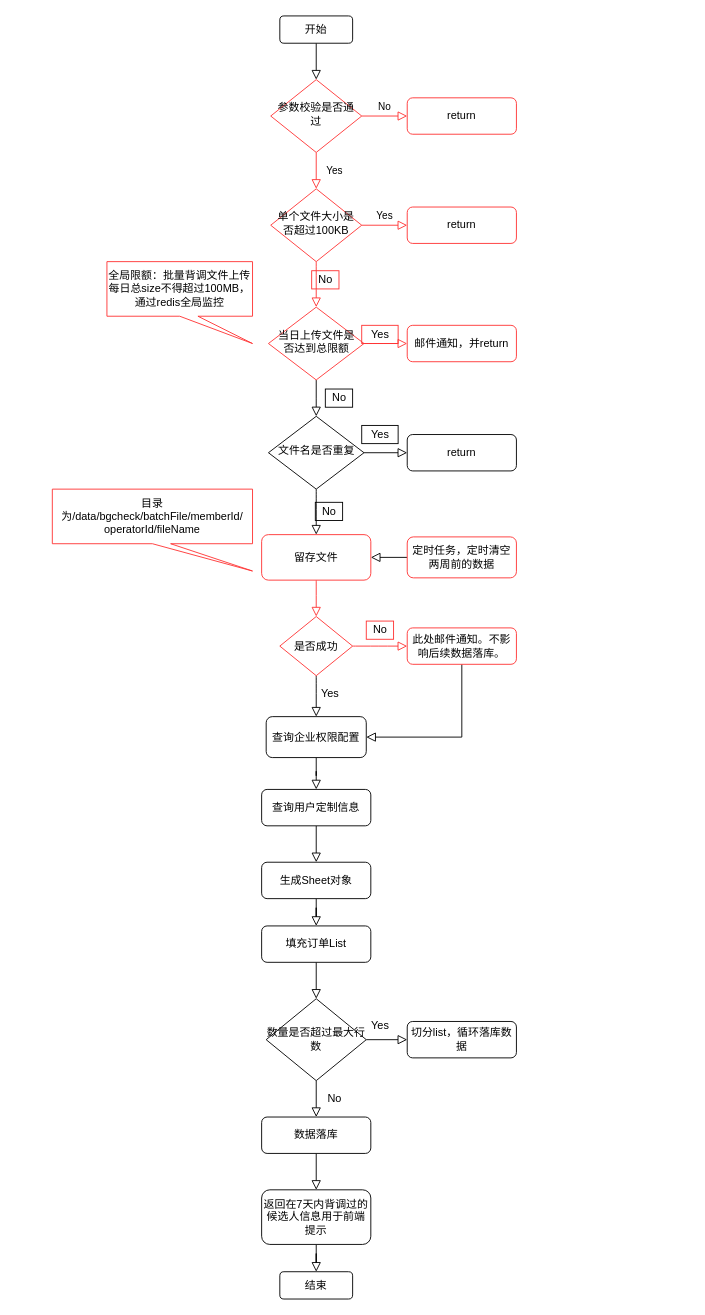
111ZhuXueke/Hello-English keeps this draw.io diagram as Untitled Diagram.drawio. Above is the earlier version. Source tidied: cells renumbered, new cells numbered last; positions are measured from the earlier drawing's top-left corner, leaving out a move shared by most shapes. Both pictures are drawn from the tidied source at 91%, with x=0, y=0 at pixel (52, 15).
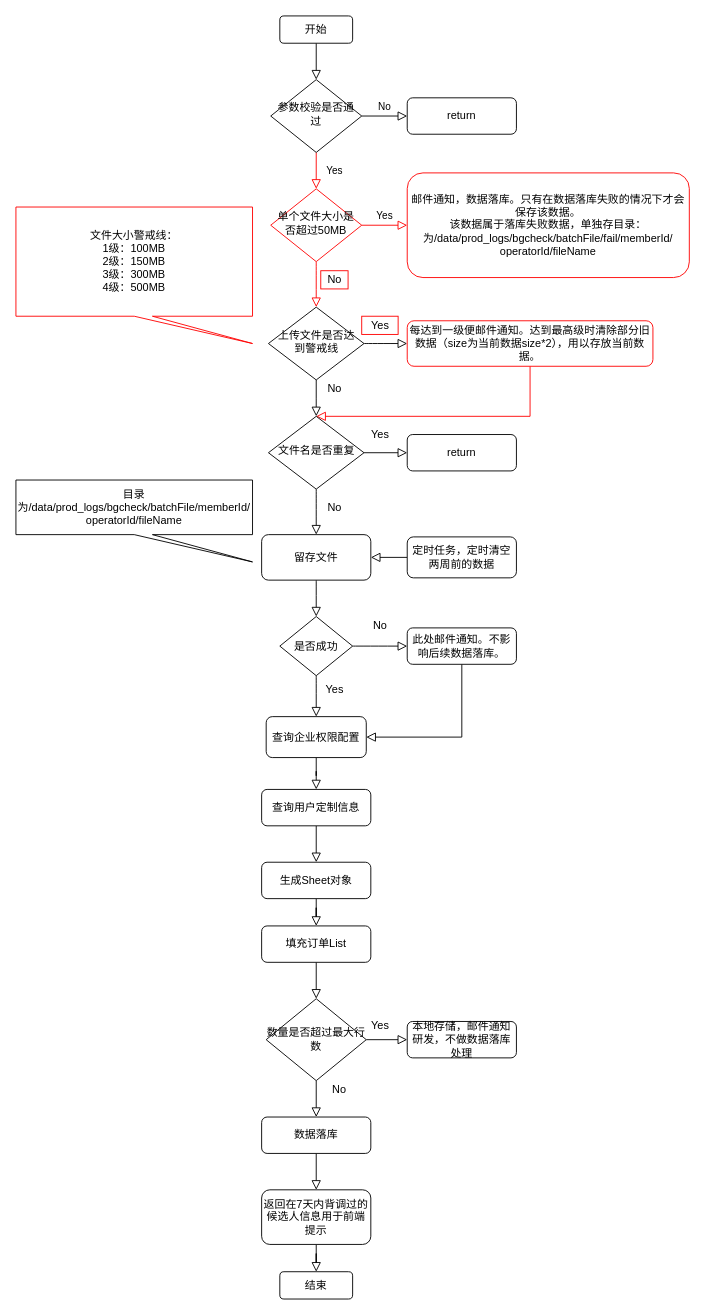
Above is the later version.

The change refers to these unchanged cells:
```xml
<mxCell id="35" value="文件名是否重复" style="rhombus;whiteSpace=wrap;html=1;shadow=0;strokeWidth=1;spacing=6;spacingTop=-4;strokeColor=#000000;" parent="1" vertex="1">
  <mxGeometry x="237.5" y="440" width="105" height="80" as="geometry" />
</mxCell>
```

Change to the diagram source:
```diff
@@
-    <mxCell id="2" value="Yes" style="rounded=0;html=1;jettySize=auto;fontSize=11;endArrow=block;endFill=0;endSize=8;strokeWidth=1;shadow=0;labelBackgroundColor=none;edgeStyle=orthogonalEdgeStyle;strokeColor=#FF3333;" parent="1" edge="1" source="4" target="8">
+    <mxCell id="2" value="Yes" style="rounded=0;html=1;jettySize=auto;fontSize=11;endArrow=block;endFill=0;endSize=8;strokeWidth=1;shadow=0;labelBackgroundColor=none;edgeStyle=orthogonalEdgeStyle;strokeColor=#FF0000;" parent="1" edge="1" source="4" target="8">
       <mxGeometry y="20" relative="1" as="geometry" />
     </mxCell>
-    <mxCell id="3" value="No" style="edgeStyle=orthogonalEdgeStyle;rounded=0;html=1;jettySize=auto;fontSize=11;endArrow=block;endFill=0;endSize=8;strokeWidth=1;shadow=0;labelBackgroundColor=none;strokeColor=#FF3333;" parent="1" edge="1" source="4" target="5">
+    <mxCell id="3" value="No" style="edgeStyle=orthogonalEdgeStyle;rounded=0;html=1;jettySize=auto;fontSize=11;endArrow=block;endFill=0;endSize=8;strokeWidth=1;shadow=0;labelBackgroundColor=none;strokeColor=#000000;" parent="1" edge="1" source="4" target="5">
       <mxGeometry y="10" relative="1" as="geometry" />
     </mxCell>
-    <mxCell id="4" value="参数校验是否通过" style="rhombus;whiteSpace=wrap;html=1;shadow=0;fontFamily=Helvetica;fontSize=12;align=center;strokeWidth=1;spacing=6;spacingTop=-4;strokeColor=#FF3333;" parent="1" vertex="1">
+    <mxCell id="4" value="参数校验是否通过" style="rhombus;whiteSpace=wrap;html=1;shadow=0;fontFamily=Helvetica;fontSize=12;align=center;strokeWidth=1;spacing=6;spacingTop=-4;strokeColor=#000000;" parent="1" vertex="1">
       <mxGeometry x="240" y="70" width="100" height="80" as="geometry" />
     </mxCell>
-    <mxCell id="5" value="return" style="rounded=1;whiteSpace=wrap;html=1;fontSize=12;glass=0;strokeWidth=1;shadow=0;strokeColor=#FF3333;" parent="1" vertex="1">
+    <mxCell id="5" value="return" style="rounded=1;whiteSpace=wrap;html=1;fontSize=12;glass=0;strokeWidth=1;shadow=0;strokeColor=#000000;" parent="1" vertex="1">
       <mxGeometry x="390" y="90" width="120" height="40" as="geometry" />
     </mxCell>
-    <mxCell id="6" value="Yes" style="edgeStyle=orthogonalEdgeStyle;rounded=0;html=1;jettySize=auto;fontSize=11;endArrow=block;endFill=0;endSize=8;strokeWidth=1;shadow=0;labelBackgroundColor=none;strokeColor=#FF3333;" parent="1" edge="1" source="8" target="9">
+    <mxCell id="6" value="Yes" style="edgeStyle=orthogonalEdgeStyle;rounded=0;html=1;jettySize=auto;fontSize=11;endArrow=block;endFill=0;endSize=8;strokeWidth=1;shadow=0;labelBackgroundColor=none;strokeColor=#FF0000;" parent="1" edge="1" source="8" target="9">
       <mxGeometry y="10" relative="1" as="geometry" />
     </mxCell>
-    <mxCell id="7" style="edgeStyle=orthogonalEdgeStyle;curved=1;jettySize=auto;html=1;endArrow=block;endFill=0;endSize=8;strokeColor=#FF3333;" parent="1" edge="1" source="8" target="15">
+    <mxCell id="7" style="edgeStyle=orthogonalEdgeStyle;curved=1;jettySize=auto;html=1;endArrow=block;endFill=0;endSize=8;strokeColor=#FF0000;" parent="1" edge="1" source="8" target="15">
       <mxGeometry relative="1" as="geometry" />
     </mxCell>
-    <mxCell id="8" value="单个文件大小是否超过100KB" style="rhombus;whiteSpace=wrap;html=1;shadow=0;fontFamily=Helvetica;fontSize=12;align=center;strokeWidth=1;spacing=6;spacingTop=-4;strokeColor=#FF3333;" parent="1" vertex="1">
+    <mxCell id="8" value="单个文件大小是否超过50MB" style="rhombus;whiteSpace=wrap;html=1;shadow=0;fontFamily=Helvetica;fontSize=12;align=center;strokeWidth=1;spacing=6;spacingTop=-4;strokeColor=#FF0000;" parent="1" vertex="1">
       <mxGeometry x="240" y="190" width="100" height="80" as="geometry" />
     </mxCell>
-    <mxCell id="9" value="return" style="rounded=1;whiteSpace=wrap;html=1;fontSize=12;glass=0;strokeWidth=1;shadow=0;strokeColor=#FF3333;" parent="1" vertex="1">
-      <mxGeometry x="390" y="210" width="120" height="40" as="geometry" />
+    <mxCell id="9" value="邮件通知，数据落库。只有在数据落库失败的情况下才会保存该数据。&lt;br&gt;该数据属于落库失败数据，单独存目录：为/data/prod_logs/bgcheck/batchFile/fail/memberId/&lt;br&gt;operatorId/fileName" style="rounded=1;whiteSpace=wrap;html=1;fontSize=12;glass=0;strokeWidth=1;shadow=0;strokeColor=#FF0000;" parent="1" vertex="1">
+      <mxGeometry x="390" y="172.5" width="310" height="115" as="geometry" />
     </mxCell>
-    <mxCell id="10" style="edgeStyle=orthogonalEdgeStyle;rounded=0;jettySize=auto;html=1;exitX=0.5;exitY=1;exitDx=0;exitDy=0;endArrow=block;endFill=0;endSize=8;" parent="1" edge="1" source="11" target="4">
+    <mxCell id="10" style="edgeStyle=orthogonalEdgeStyle;rounded=0;jettySize=auto;html=1;exitX=0.5;exitY=1;exitDx=0;exitDy=0;endArrow=block;endFill=0;endSize=8;strokeColor=#000000;" parent="1" edge="1" source="11" target="4">
       <mxGeometry relative="1" as="geometry" />
     </mxCell>
-    <mxCell id="11" value="开始" style="rounded=1;whiteSpace=wrap;html=1;" parent="1" vertex="1">
+    <mxCell id="11" value="开始" style="rounded=1;whiteSpace=wrap;html=1;strokeColor=#000000;" parent="1" vertex="1">
       <mxGeometry x="250" width="80" height="30" as="geometry" />
     </mxCell>
-    <mxCell id="12" style="edgeStyle=orthogonalEdgeStyle;curved=1;jettySize=auto;html=1;endArrow=block;endFill=0;endSize=8;strokeColor=#FF3333;" parent="1" edge="1" source="15" target="17">
+    <mxCell id="12" style="edgeStyle=orthogonalEdgeStyle;curved=1;jettySize=auto;html=1;endArrow=block;endFill=0;endSize=8;strokeColor=#000000;" parent="1" edge="1" source="15" target="17">
       <mxGeometry relative="1" as="geometry" />
     </mxCell>
@@
-    <mxCell id="15" value="当日上传文件是否达到总限额" style="rhombus;whiteSpace=wrap;html=1;shadow=0;strokeWidth=1;spacing=6;spacingTop=-4;strokeColor=#FF3333;" parent="1" vertex="1">
+    <mxCell id="15" value="上传文件是否达到警戒线" style="rhombus;whiteSpace=wrap;html=1;shadow=0;strokeWidth=1;spacing=6;spacingTop=-4;strokeColor=#000000;" parent="1" vertex="1">
       <mxGeometry x="237.5" y="320" width="105" height="80" as="geometry" />
     </mxCell>
-    <mxCell id="16" value="No" style="text;html=1;align=center;verticalAlign=middle;strokeColor=#FF3333;fillColor=none;" parent="1" vertex="1">
-      <mxGeometry x="285" y="280" width="30" height="20" as="geometry" />
-    </mxCell>
+    <mxCell id="57" style="edgeStyle=orthogonalEdgeStyle;rounded=0;jettySize=auto;html=1;exitX=0.5;exitY=1;exitDx=0;exitDy=0;entryX=0.5;entryY=0;entryDx=0;entryDy=0;endArrow=block;endFill=0;endSize=8;strokeColor=#FF0000;" parent="1" edge="1" source="17" target="35">
+      <mxGeometry relative="1" as="geometry">
+        <Array as="points">
+          <mxPoint x="525" y="440" />
+        </Array>
+      </mxGeometry>
+    </mxCell>
-    <mxCell id="17" value="邮件通知，并return" style="rounded=1;whiteSpace=wrap;html=1;fontSize=12;glass=0;strokeWidth=1;shadow=0;strokeColor=#FF3333;" parent="1" vertex="1">
-      <mxGeometry x="390" y="340" width="120" height="40" as="geometry" />
+    <mxCell id="17" value="每达到一级便邮件通知。达到最高级时清除部分旧数据（size为当前数据size*2），用以存放当前数据。" style="rounded=1;whiteSpace=wrap;html=1;fontSize=12;glass=0;strokeWidth=1;shadow=0;strokeColor=#FF0000;" parent="1" vertex="1">
+      <mxGeometry x="390" y="335" width="270" height="50" as="geometry" />
     </mxCell>
-    <mxCell id="18" value="Yes" style="text;html=1;align=center;verticalAlign=middle;strokeColor=#FF3333;fillColor=none;" parent="1" vertex="1">
-      <mxGeometry x="340" y="340" width="40" height="20" as="geometry" />
-    </mxCell>
-    <mxCell id="19" style="edgeStyle=orthogonalEdgeStyle;curved=1;jettySize=auto;html=1;endArrow=block;endFill=0;endSize=8;strokeColor=#FF3333;" parent="1" edge="1" source="20" target="26">
+    <mxCell id="19" style="edgeStyle=orthogonalEdgeStyle;curved=1;jettySize=auto;html=1;endArrow=block;endFill=0;endSize=8;strokeColor=#000000;" parent="1" edge="1" source="20" target="26">
       <mxGeometry relative="1" as="geometry" />
     </mxCell>
-    <mxCell id="20" value="留存文件" style="rounded=1;whiteSpace=wrap;html=1;strokeColor=#FF3333;" parent="1" vertex="1">
+    <mxCell id="20" value="留存文件" style="rounded=1;whiteSpace=wrap;html=1;strokeColor=#000000;" parent="1" vertex="1">
       <mxGeometry x="230" y="570" width="120" height="50" as="geometry" />
     </mxCell>
-    <mxCell id="21" value="No" style="text;html=1;align=center;verticalAlign=middle;strokeColor=#000000;fillColor=none;" parent="1" vertex="1">
-      <mxGeometry x="289" y="534.5" width="30" height="20" as="geometry" />
-    </mxCell>
-    <mxCell id="22" value="全局限额：批量背调文件上传每日总size不得超过100MB，通过redis全局监控" style="shape=callout;whiteSpace=wrap;html=1;perimeter=calloutPerimeter;position2=1;strokeColor=#FF3333;" parent="1" vertex="1">
-      <mxGeometry x="60" y="270" width="160" height="90" as="geometry" />
+    <mxCell id="22" value="文件大小警戒线：&lt;br&gt;1级：100MB&lt;br&gt;2级：150MB&lt;br&gt;3级：300MB&lt;br&gt;4级：500MB" style="shape=callout;whiteSpace=wrap;html=1;perimeter=calloutPerimeter;position2=1;strokeColor=#FF0000;" parent="1" vertex="1">
+      <mxGeometry x="-40" y="210" width="260" height="150" as="geometry" />
     </mxCell>
-    <mxCell id="23" value="目录为/data/bgcheck/batchFile/memberId/&lt;br&gt;operatorId/fileName" style="shape=callout;whiteSpace=wrap;html=1;perimeter=calloutPerimeter;position2=1;strokeColor=#FF3333;" parent="1" vertex="1">
-      <mxGeometry y="520" width="220" height="90" as="geometry" />
+    <mxCell id="23" value="目录为/data/prod_logs/bgcheck/batchFile/memberId/&lt;br&gt;operatorId/fileName" style="shape=callout;whiteSpace=wrap;html=1;perimeter=calloutPerimeter;position2=1;strokeColor=#000000;" parent="1" vertex="1">
+      <mxGeometry x="-40" y="510" width="260" height="90" as="geometry" />
     </mxCell>
-    <mxCell id="24" style="edgeStyle=orthogonalEdgeStyle;curved=1;jettySize=auto;html=1;endArrow=block;endFill=0;endSize=8;strokeColor=#FF3333;" parent="1" edge="1" source="26" target="28">
+    <mxCell id="24" style="edgeStyle=orthogonalEdgeStyle;curved=1;jettySize=auto;html=1;endArrow=block;endFill=0;endSize=8;strokeColor=#000000;" parent="1" edge="1" source="26" target="28">
       <mxGeometry relative="1" as="geometry" />
     </mxCell>
-    <mxCell id="25" style="edgeStyle=orthogonalEdgeStyle;curved=1;jettySize=auto;html=1;endArrow=block;endFill=0;endSize=8;" parent="1" edge="1" source="26" target="31">
+    <mxCell id="25" style="edgeStyle=orthogonalEdgeStyle;curved=1;jettySize=auto;html=1;endArrow=block;endFill=0;endSize=8;strokeColor=#000000;" parent="1" edge="1" source="26" target="31">
       <mxGeometry relative="1" as="geometry" />
     </mxCell>
-    <mxCell id="26" value="是否成功" style="rhombus;whiteSpace=wrap;html=1;strokeColor=#FF3333;" parent="1" vertex="1">
+    <mxCell id="26" value="是否成功" style="rhombus;whiteSpace=wrap;html=1;strokeColor=#000000;" parent="1" vertex="1">
       <mxGeometry x="250" y="660" width="80" height="65" as="geometry" />
     </mxCell>
-    <mxCell id="27" style="edgeStyle=orthogonalEdgeStyle;jettySize=auto;html=1;exitX=0.5;exitY=1;exitDx=0;exitDy=0;entryX=1;entryY=0.5;entryDx=0;entryDy=0;endArrow=block;endFill=0;endSize=8;rounded=0;" parent="1" edge="1" source="28" target="31">
+    <mxCell id="27" style="edgeStyle=orthogonalEdgeStyle;jettySize=auto;html=1;exitX=0.5;exitY=1;exitDx=0;exitDy=0;entryX=1;entryY=0.5;entryDx=0;entryDy=0;endArrow=block;endFill=0;endSize=8;rounded=0;strokeColor=#000000;" parent="1" edge="1" source="28" target="31">
       <mxGeometry relative="1" as="geometry" />
     </mxCell>
-    <mxCell id="28" value="此处邮件通知。不影响后续数据落库。" style="rounded=1;whiteSpace=wrap;html=1;fontSize=12;glass=0;strokeWidth=1;shadow=0;strokeColor=#FF3333;" parent="1" vertex="1">
+    <mxCell id="28" value="此处邮件通知。不影响后续数据落库。" style="rounded=1;whiteSpace=wrap;html=1;fontSize=12;glass=0;strokeWidth=1;shadow=0;strokeColor=#000000;" parent="1" vertex="1">
       <mxGeometry x="390" y="672.5" width="120" height="40" as="geometry" />
     </mxCell>
-    <mxCell id="29" value="No" style="text;html=1;align=center;verticalAlign=middle;strokeColor=#FF3333;fillColor=none;" parent="1" vertex="1">
-      <mxGeometry x="345" y="665" width="30" height="20" as="geometry" />
-    </mxCell>
-    <mxCell id="30" style="edgeStyle=orthogonalEdgeStyle;rounded=0;jettySize=auto;html=1;endArrow=block;endFill=0;endSize=8;" parent="1" edge="1" source="31" target="39">
+    <mxCell id="30" style="edgeStyle=orthogonalEdgeStyle;rounded=0;jettySize=auto;html=1;endArrow=block;endFill=0;endSize=8;strokeColor=#000000;" parent="1" edge="1" source="31" target="39">
       <mxGeometry relative="1" as="geometry" />
     </mxCell>
-    <mxCell id="31" value="查询企业权限配置" style="rounded=1;whiteSpace=wrap;html=1;" parent="1" vertex="1">
+    <mxCell id="31" value="查询企业权限配置" style="rounded=1;whiteSpace=wrap;html=1;strokeColor=#000000;" parent="1" vertex="1">
       <mxGeometry x="235" y="770" width="110" height="45" as="geometry" />
     </mxCell>
-    <mxCell id="32" value="Yes" style="text;html=1;align=center;verticalAlign=middle;strokeColor=none;fillColor=none;" parent="1" vertex="1">
-      <mxGeometry x="285" y="735" width="40" height="20" as="geometry" />
-    </mxCell>
-    <mxCell id="33" value="No" style="text;html=1;align=center;verticalAlign=middle;strokeColor=#000000;fillColor=none;" parent="1" vertex="1">
-      <mxGeometry x="300" y="410" width="30" height="20" as="geometry" />
-    </mxCell>
@@
-    <mxCell id="37" value="Yes" style="text;html=1;align=center;verticalAlign=middle;strokeColor=#000000;fillColor=none;" parent="1" vertex="1">
-      <mxGeometry x="340" y="450" width="40" height="20" as="geometry" />
-    </mxCell>
-    <mxCell id="38" style="edgeStyle=orthogonalEdgeStyle;rounded=0;jettySize=auto;html=1;endArrow=block;endFill=0;endSize=8;" parent="1" edge="1" source="39" target="41">
+    <mxCell id="38" style="edgeStyle=orthogonalEdgeStyle;rounded=0;jettySize=auto;html=1;endArrow=block;endFill=0;endSize=8;strokeColor=#000000;" parent="1" edge="1" source="39" target="41">
       <mxGeometry relative="1" as="geometry" />
     </mxCell>
-    <mxCell id="39" value="查询用户定制信息" style="rounded=1;whiteSpace=wrap;html=1;" parent="1" vertex="1">
+    <mxCell id="39" value="查询用户定制信息" style="rounded=1;whiteSpace=wrap;html=1;strokeColor=#000000;" parent="1" vertex="1">
       <mxGeometry x="230" y="850" width="120" height="40" as="geometry" />
     </mxCell>
-    <mxCell id="40" style="edgeStyle=orthogonalEdgeStyle;rounded=0;jettySize=auto;html=1;endArrow=block;endFill=0;endSize=8;" parent="1" edge="1" source="41" target="43">
+    <mxCell id="40" style="edgeStyle=orthogonalEdgeStyle;rounded=0;jettySize=auto;html=1;endArrow=block;endFill=0;endSize=8;strokeColor=#000000;" parent="1" edge="1" source="41" target="43">
       <mxGeometry relative="1" as="geometry" />
     </mxCell>
-    <mxCell id="41" value="生成Sheet对象" style="rounded=1;whiteSpace=wrap;html=1;" parent="1" vertex="1">
+    <mxCell id="41" value="生成Sheet对象" style="rounded=1;whiteSpace=wrap;html=1;strokeColor=#000000;" parent="1" vertex="1">
       <mxGeometry x="230" y="930" width="120" height="40" as="geometry" />
     </mxCell>
-    <mxCell id="42" style="edgeStyle=orthogonalEdgeStyle;rounded=0;jettySize=auto;html=1;endArrow=block;endFill=0;endSize=8;" parent="1" edge="1" source="43" target="46">
+    <mxCell id="42" style="edgeStyle=orthogonalEdgeStyle;rounded=0;jettySize=auto;html=1;endArrow=block;endFill=0;endSize=8;strokeColor=#000000;" parent="1" edge="1" source="43" target="46">
       <mxGeometry relative="1" as="geometry" />
     </mxCell>
-    <mxCell id="43" value="填充订单List" style="whiteSpace=wrap;html=1;rounded=1;" parent="1" vertex="1">
+    <mxCell id="43" value="填充订单List" style="whiteSpace=wrap;html=1;rounded=1;strokeColor=#000000;" parent="1" vertex="1">
       <mxGeometry x="230" y="1000" width="120" height="40" as="geometry" />
     </mxCell>
-    <mxCell id="44" style="edgeStyle=orthogonalEdgeStyle;rounded=0;jettySize=auto;html=1;endArrow=block;endFill=0;endSize=8;" parent="1" edge="1" source="46" target="47">
-      <mxGeometry relative="1" as="geometry" />
-    </mxCell>
-    <mxCell id="45" style="edgeStyle=orthogonalEdgeStyle;rounded=0;jettySize=auto;html=1;endArrow=block;endFill=0;endSize=8;" parent="1" edge="1" source="46" target="50">
+    <mxCell id="45" style="edgeStyle=orthogonalEdgeStyle;rounded=0;jettySize=auto;html=1;endArrow=block;endFill=0;endSize=8;strokeColor=#000000;" parent="1" edge="1" source="46" target="50">
       <mxGeometry relative="1" as="geometry" />
     </mxCell>
+    <mxCell id="58" style="edgeStyle=orthogonalEdgeStyle;rounded=0;jettySize=auto;html=1;endArrow=block;endFill=0;endSize=8;strokeColor=#000000;" parent="1" edge="1" source="46" target="59">
+      <mxGeometry relative="1" as="geometry" />
+    </mxCell>
-    <mxCell id="46" value="数量是否超过最大行数" style="rhombus;whiteSpace=wrap;html=1;" parent="1" vertex="1">
+    <mxCell id="46" value="数量是否超过最大行数" style="rhombus;whiteSpace=wrap;html=1;strokeColor=#000000;" parent="1" vertex="1">
       <mxGeometry x="235" y="1080" width="110" height="90" as="geometry" />
     </mxCell>
-    <mxCell id="47" value="切分list，循环落库数据" style="rounded=1;whiteSpace=wrap;html=1;fontSize=12;glass=0;strokeWidth=1;shadow=0;" parent="1" vertex="1">
-      <mxGeometry x="390" y="1105" width="120" height="40" as="geometry" />
-    </mxCell>
-    <mxCell id="48" value="Yes" style="text;html=1;align=center;verticalAlign=middle;strokeColor=none;fillColor=none;" parent="1" vertex="1">
-      <mxGeometry x="340" y="1100" width="40" height="20" as="geometry" />
-    </mxCell>
-    <mxCell id="49" style="edgeStyle=orthogonalEdgeStyle;rounded=0;jettySize=auto;html=1;endArrow=block;endFill=0;endSize=8;" parent="1" edge="1" source="50" target="53">
+    <mxCell id="49" style="edgeStyle=orthogonalEdgeStyle;rounded=0;jettySize=auto;html=1;endArrow=block;endFill=0;endSize=8;strokeColor=#000000;" parent="1" edge="1" source="50" target="53">
       <mxGeometry relative="1" as="geometry" />
     </mxCell>
-    <mxCell id="50" value="数据落库" style="whiteSpace=wrap;html=1;rounded=1;" parent="1" vertex="1">
+    <mxCell id="50" value="数据落库" style="whiteSpace=wrap;html=1;rounded=1;strokeColor=#000000;" parent="1" vertex="1">
       <mxGeometry x="230" y="1210" width="120" height="40" as="geometry" />
     </mxCell>
-    <mxCell id="51" value="No" style="text;html=1;align=center;verticalAlign=middle;strokeColor=none;fillColor=none;" parent="1" vertex="1">
-      <mxGeometry x="295" y="1180" width="30" height="20" as="geometry" />
+    <mxCell id="51" value="No" style="text;html=1;align=center;verticalAlign=middle;strokeColor=#FFFFFF;fillColor=none;" parent="1" vertex="1">
+      <mxGeometry x="300" y="1170" width="30" height="20" as="geometry" />
     </mxCell>
-    <mxCell id="52" style="edgeStyle=orthogonalEdgeStyle;rounded=0;jettySize=auto;html=1;endArrow=block;endFill=0;endSize=8;" parent="1" edge="1" source="53" target="54">
+    <mxCell id="52" style="edgeStyle=orthogonalEdgeStyle;rounded=0;jettySize=auto;html=1;endArrow=block;endFill=0;endSize=8;strokeColor=#000000;" parent="1" edge="1" source="53" target="54">
       <mxGeometry relative="1" as="geometry" />
     </mxCell>
-    <mxCell id="53" value="返回在7天内背调过的候选人信息用于前端提示" style="whiteSpace=wrap;html=1;rounded=1;" parent="1" vertex="1">
+    <mxCell id="53" value="返回在7天内背调过的候选人信息用于前端提示" style="whiteSpace=wrap;html=1;rounded=1;strokeColor=#000000;" parent="1" vertex="1">
       <mxGeometry x="230" y="1290" width="120" height="60" as="geometry" />
     </mxCell>
-    <mxCell id="54" value="结束" style="rounded=1;whiteSpace=wrap;html=1;" parent="1" vertex="1">
+    <mxCell id="54" value="结束" style="rounded=1;whiteSpace=wrap;html=1;strokeColor=#000000;" parent="1" vertex="1">
       <mxGeometry x="250" y="1380" width="80" height="30" as="geometry" />
     </mxCell>
@@
-    <mxCell id="56" value="定时任务，定时清空两周前的数据" style="whiteSpace=wrap;html=1;rounded=1;strokeColor=#FF3333;" parent="1" vertex="1">
+    <mxCell id="56" value="定时任务，定时清空两周前的数据" style="whiteSpace=wrap;html=1;rounded=1;strokeColor=#000000;" parent="1" vertex="1">
       <mxGeometry x="390" y="572.5" width="120" height="45" as="geometry" />
     </mxCell>
+    <mxCell id="59" value="本地存储，邮件通知研发，不做数据落库处理" style="rounded=1;whiteSpace=wrap;html=1;fontSize=12;glass=0;strokeWidth=1;shadow=0;strokeColor=#000000;" parent="1" vertex="1">
+      <mxGeometry x="390" y="1105" width="120" height="40" as="geometry" />
+    </mxCell>
+    <mxCell id="48" value="Yes" style="text;html=1;align=center;verticalAlign=middle;strokeColor=none;fillColor=none;" parent="1" vertex="1">
+      <mxGeometry x="340" y="1100" width="40" height="20" as="geometry" />
+    </mxCell>
+    <mxCell id="60" value="No" style="text;html=1;align=center;verticalAlign=middle;strokeColor=#FF0000;fillColor=none;" parent="1" vertex="1">
+      <mxGeometry x="295" y="280" width="30" height="20" as="geometry" />
+    </mxCell>
+    <mxCell id="61" value="No" style="text;html=1;align=center;verticalAlign=middle;strokeColor=none;fillColor=none;" parent="1" vertex="1">
+      <mxGeometry x="295" y="400" width="30" height="20" as="geometry" />
+    </mxCell>
+    <mxCell id="62" value="No" style="text;html=1;align=center;verticalAlign=middle;strokeColor=none;fillColor=none;" parent="1" vertex="1">
+      <mxGeometry x="295" y="530" width="30" height="20" as="geometry" />
+    </mxCell>
+    <mxCell id="63" value="Yes" style="text;html=1;align=center;verticalAlign=middle;strokeColor=#FF0000;fillColor=none;" parent="1" vertex="1">
+      <mxGeometry x="340" y="330" width="40" height="20" as="geometry" />
+    </mxCell>
+    <mxCell id="64" value="Yes" style="text;html=1;align=center;verticalAlign=middle;strokeColor=none;fillColor=none;" parent="1" vertex="1">
+      <mxGeometry x="340" y="450" width="40" height="20" as="geometry" />
+    </mxCell>
+    <mxCell id="65" value="No" style="text;html=1;align=center;verticalAlign=middle;strokeColor=none;fillColor=none;" parent="1" vertex="1">
+      <mxGeometry x="345" y="660" width="30" height="20" as="geometry" />
+    </mxCell>
+    <mxCell id="66" value="Yes" style="text;html=1;align=center;verticalAlign=middle;strokeColor=none;fillColor=none;" parent="1" vertex="1">
+      <mxGeometry x="290" y="730" width="40" height="20" as="geometry" />
+    </mxCell>
```
